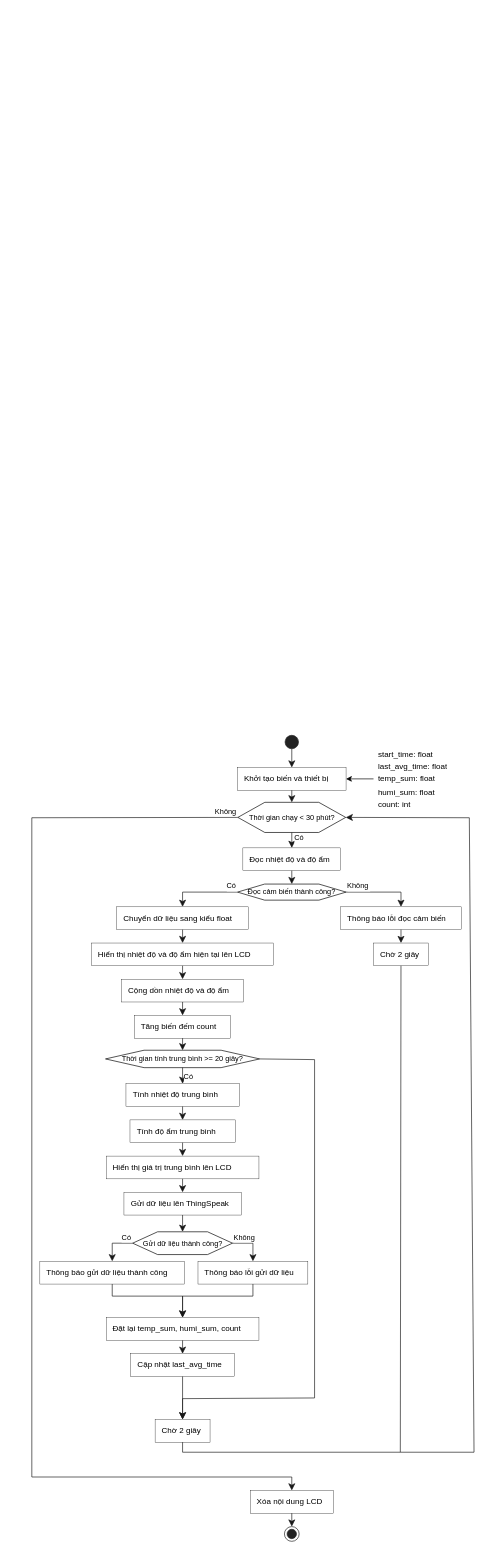
Earlier version of the draw.io diagram page "lab_3" (2 of 2) of flow-charts.drawio (tiesen243/422000433502-iot). Source tidied: cells renumbered, new cells numbered last; positions are measured from the earlier drawing's top-left corner, leaving out a move shared by most shapes. Both pictures are drawn from the tidied source at 67%, with x=0, y=0 at pixel (11, 11).
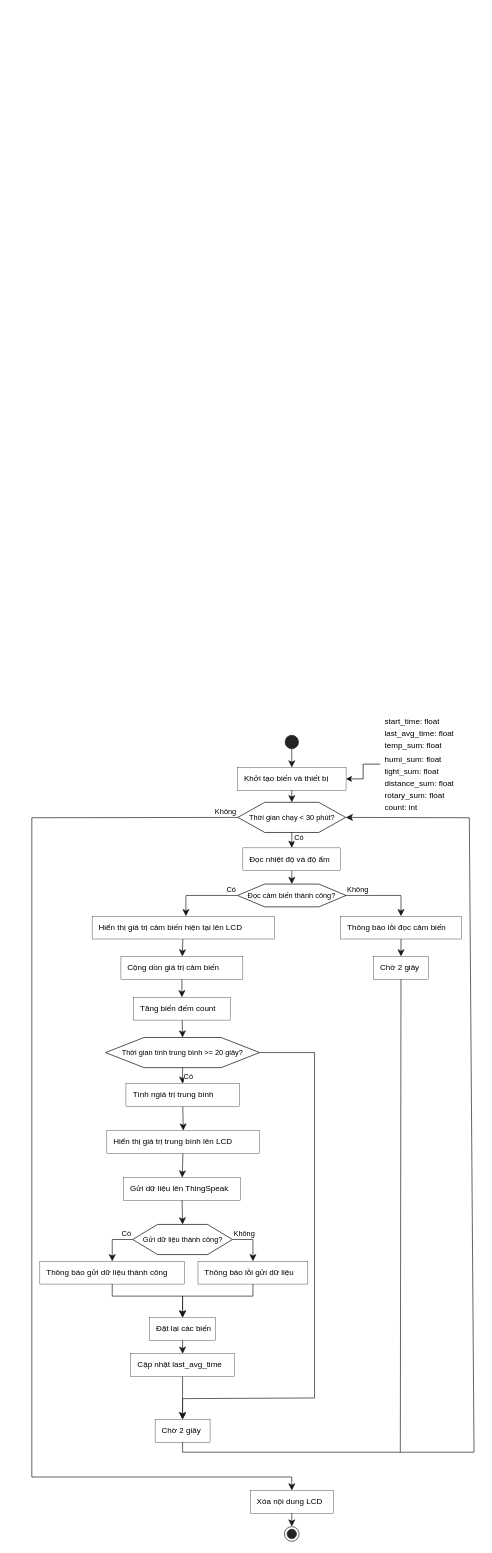
The same page after the edit.

Unchanged cells that the change refers to:
```xml
<mxCell id="2" style="group;transparentBounds=1;editIcon=1;lockedGroup=0;groupPadding=10;" parent="1" vertex="1">
  <mxGeometry as="geometry" />
</mxCell>
<mxCell id="4" value="Khởi tạo biến và thiết bị" style="rounded=0;absoluteArcSize=1;arcSize=25;fillColor=#FFFFFF;strokeColor=#000000;strokeWidth=0.5;whiteSpace=wrap;fontSize=12;align=left;spacingLeft=8;" parent="2" vertex="1">
  <mxGeometry x="337" y="1128" width="162" height="34" as="geometry" />
</mxCell>
<mxCell id="33" value="Thông báo gửi dữ liệu thành công" style="rounded=0;absoluteArcSize=1;arcSize=25;fillColor=#FFFFFF;strokeColor=#000000;strokeWidth=0.5;whiteSpace=wrap;fontSize=12;align=left;spacingLeft=8;" parent="2" vertex="1">
  <mxGeometry x="42" y="1865" width="216" height="34" as="geometry" />
</mxCell>
<mxCell id="35" value="Thông báo lỗi gửi dữ liệu" style="rounded=0;absoluteArcSize=1;arcSize=25;fillColor=#FFFFFF;strokeColor=#000000;strokeWidth=0.5;whiteSpace=wrap;fontSize=12;align=left;spacingLeft=8;" parent="2" vertex="1">
  <mxGeometry x="278" y="1865" width="164" height="34" as="geometry" />
</mxCell>
<mxCell id="43" value="Chờ 2 giây" style="rounded=0;absoluteArcSize=1;arcSize=25;fillColor=#FFFFFF;strokeColor=#000000;strokeWidth=0.5;whiteSpace=wrap;fontSize=12;align=left;spacingLeft=8;" parent="2" vertex="1">
  <mxGeometry x="214" y="2101" width="82" height="34" as="geometry" />
</mxCell>
```

What changed in the source:
```diff
@@
     <mxCell id="10" value="Đọc cảm biến thành công?" style="shape=hexagon;perimeter=hexagonPerimeter2;fillColor=#FFFFFF;strokeColor=#000000;whiteSpace=wrap;fontSize=11;" parent="2" vertex="1">
-      <mxGeometry x="337" y="1302" width="162" height="24" as="geometry" />
+      <mxGeometry x="337" y="1302" width="162" height="34" as="geometry" />
     </mxCell>
@@
-    <mxCell id="12" value="Có" style="endArrow=classic;endSize=8;strokeColor=#181818;fontSize=11;verticalAlign=bottom;labelPosition=left;align=right;exitX=0;exitY=0.5;exitDx=0;exitDy=0;curved=0;rounded=0;sourcePerimeterSpacing=0;targetPerimeterSpacing=0;" parent="2" edge="1" source="10" target="13">
+    <mxCell id="12" value="Có" style="endArrow=classic;endSize=8;strokeColor=#181818;fontSize=11;verticalAlign=bottom;labelPosition=left;align=right;exitX=0;exitY=0.5;exitDx=0;exitDy=0;curved=0;rounded=0;sourcePerimeterSpacing=0;targetPerimeterSpacing=0;" parent="2" edge="1" source="10">
       <mxGeometry x="-1" relative="1" as="geometry">
+        <mxPoint x="260" y="1350" as="targetPoint" />
         <Array as="points">
-          <mxPoint x="255" y="1314" />
+          <mxPoint x="260" y="1319" />
         </Array>
       </mxGeometry>
     </mxCell>
-    <mxCell id="13" value="Chuyển dữ liệu sang kiểu float" style="rounded=0;absoluteArcSize=1;arcSize=25;fillColor=#FFFFFF;strokeColor=#000000;strokeWidth=0.5;whiteSpace=wrap;fontSize=12;align=left;spacingLeft=8;" parent="2" vertex="1">
-      <mxGeometry x="156.5" y="1336" width="197" height="34" as="geometry" />
-    </mxCell>
-    <mxCell id="14" value="Hiển thị nhiệt độ và độ ẩm hiện tại lên LCD" style="rounded=0;absoluteArcSize=1;arcSize=25;fillColor=#FFFFFF;strokeColor=#000000;strokeWidth=0.5;whiteSpace=wrap;fontSize=12;align=left;spacingLeft=8;" parent="2" vertex="1">
-      <mxGeometry x="119" y="1390" width="272" height="34" as="geometry" />
+    <mxCell id="14" value="Hiển thị giá trị cảm biến hiện tại lên LCD" style="rounded=0;absoluteArcSize=1;arcSize=25;fillColor=#FFFFFF;strokeColor=#000000;strokeWidth=0.5;whiteSpace=wrap;fontSize=12;align=left;spacingLeft=8;" parent="2" vertex="1">
+      <mxGeometry x="120" y="1350" width="272" height="34" as="geometry" />
     </mxCell>
-    <mxCell id="15" style="endArrow=classic;endSize=8;strokeColor=#181818;curved=0;rounded=0;fontSize=11;sourcePerimeterSpacing=0;targetPerimeterSpacing=0;" parent="2" edge="1" source="13" target="14">
-      <mxGeometry relative="1" as="geometry" />
-    </mxCell>
-    <mxCell id="16" value="Cộng dồn nhiệt độ và độ ẩm" style="rounded=0;absoluteArcSize=1;arcSize=25;fillColor=#FFFFFF;strokeColor=#000000;strokeWidth=0.5;whiteSpace=wrap;fontSize=12;align=left;spacingLeft=8;" parent="2" vertex="1">
-      <mxGeometry x="164" y="1444" width="182" height="34" as="geometry" />
+    <mxCell id="16" value="Cộng dồn giá trị cảm biến" style="rounded=0;absoluteArcSize=1;arcSize=25;fillColor=#FFFFFF;strokeColor=#000000;strokeWidth=0.5;whiteSpace=wrap;fontSize=12;align=left;spacingLeft=8;" parent="2" vertex="1">
+      <mxGeometry x="163" y="1410" width="182" height="34" as="geometry" />
     </mxCell>
@@
     <mxCell id="18" value="Tăng biến đếm count" style="rounded=0;absoluteArcSize=1;arcSize=25;fillColor=#FFFFFF;strokeColor=#000000;strokeWidth=0.5;whiteSpace=wrap;fontSize=12;align=left;spacingLeft=8;" parent="2" vertex="1">
-      <mxGeometry x="183" y="1498" width="144" height="34" as="geometry" />
+      <mxGeometry x="182" y="1471" width="144" height="34" as="geometry" />
     </mxCell>
@@
     <mxCell id="20" value="Thời gian tính trung bình &gt;= 20 giây?" style="shape=hexagon;perimeter=hexagonPerimeter2;fillColor=#FFFFFF;strokeColor=#000000;whiteSpace=wrap;fontSize=11;" parent="2" vertex="1">
-      <mxGeometry x="140" y="1550" width="230" height="26" as="geometry" />
+      <mxGeometry x="140" y="1531" width="230" height="45" as="geometry" />
     </mxCell>
@@
-    <mxCell id="23" value="Tính nhiệt độ trung bình" style="rounded=0;absoluteArcSize=1;arcSize=25;fillColor=#FFFFFF;strokeColor=#000000;strokeWidth=0.5;whiteSpace=wrap;fontSize=12;align=left;spacingLeft=8;" parent="2" vertex="1">
+    <mxCell id="23" value="Tính ngiá trị trung bình" style="rounded=0;absoluteArcSize=1;arcSize=25;fillColor=#FFFFFF;strokeColor=#000000;strokeWidth=0.5;whiteSpace=wrap;fontSize=12;align=left;spacingLeft=8;" parent="2" vertex="1">
       <mxGeometry x="170.5" y="1600" width="169" height="34" as="geometry" />
     </mxCell>
-    <mxCell id="24" value="Tính độ ẩm trung bình" style="rounded=0;absoluteArcSize=1;arcSize=25;fillColor=#FFFFFF;strokeColor=#000000;strokeWidth=0.5;whiteSpace=wrap;fontSize=12;align=left;spacingLeft=8;" parent="2" vertex="1">
-      <mxGeometry x="176.5" y="1654" width="157" height="34" as="geometry" />
-    </mxCell>
-    <mxCell id="25" style="endArrow=classic;endSize=8;strokeColor=#181818;curved=0;rounded=0;fontSize=11;sourcePerimeterSpacing=0;targetPerimeterSpacing=0;" parent="2" edge="1" source="23" target="24">
+    <mxCell id="25" style="endArrow=classic;endSize=8;strokeColor=#181818;curved=0;rounded=0;fontSize=11;sourcePerimeterSpacing=0;targetPerimeterSpacing=0;entryX=0.5;entryY=0;entryDx=0;entryDy=0;" parent="2" edge="1" source="23" target="26">
       <mxGeometry relative="1" as="geometry" />
     </mxCell>
     <mxCell id="26" value="Hiển thị giá trị trung bình lên LCD" style="rounded=0;absoluteArcSize=1;arcSize=25;fillColor=#FFFFFF;strokeColor=#000000;strokeWidth=0.5;whiteSpace=wrap;fontSize=12;align=left;spacingLeft=8;" parent="2" vertex="1">
-      <mxGeometry x="141" y="1708" width="228" height="34" as="geometry" />
+      <mxGeometry x="142" y="1670" width="228" height="34" as="geometry" />
     </mxCell>
-    <mxCell id="27" style="endArrow=classic;endSize=8;strokeColor=#181818;curved=0;rounded=0;fontSize=11;sourcePerimeterSpacing=0;targetPerimeterSpacing=0;" parent="2" edge="1" source="24" target="26">
-      <mxGeometry relative="1" as="geometry" />
-    </mxCell>
     <mxCell id="28" value="Gửi dữ liệu lên ThingSpeak" style="rounded=0;absoluteArcSize=1;arcSize=25;fillColor=#FFFFFF;strokeColor=#000000;strokeWidth=0.5;whiteSpace=wrap;fontSize=12;align=left;spacingLeft=8;" parent="2" vertex="1">
-      <mxGeometry x="167.5" y="1762" width="175" height="34" as="geometry" />
+      <mxGeometry x="166.5" y="1740" width="175" height="34" as="geometry" />
     </mxCell>
@@
     <mxCell id="30" value="Gửi dữ liệu thành công?" style="shape=hexagon;perimeter=hexagonPerimeter2;fillColor=#FFFFFF;strokeColor=#000000;whiteSpace=wrap;fontSize=11;" parent="2" vertex="1">
-      <mxGeometry x="180.5" y="1821" width="149" height="34" as="geometry" />
+      <mxGeometry x="180.5" y="1810" width="149" height="45" as="geometry" />
     </mxCell>
@@
     <mxCell id="32" value="Có" style="endArrow=classic;endSize=8;strokeColor=#181818;fontSize=11;verticalAlign=bottom;labelPosition=left;align=right;exitX=0;exitY=0.5;exitDx=0;exitDy=0;curved=0;rounded=0;sourcePerimeterSpacing=0;targetPerimeterSpacing=0;" parent="2" edge="1" source="30" target="33">
       <mxGeometry x="-1" relative="1" as="geometry">
         <Array as="points">
-          <mxPoint x="150" y="1838" />
+          <mxPoint x="150" y="1832.5" />
         </Array>
       </mxGeometry>
     </mxCell>
@@
     <mxCell id="34" value="Không" style="endArrow=classic;endSize=8;strokeColor=#181818;fontSize=11;verticalAlign=bottom;labelPosition=right;align=left;exitX=1;exitY=0.5;exitDx=0;exitDy=0;curved=0;rounded=0;sourcePerimeterSpacing=0;targetPerimeterSpacing=0;" parent="2" edge="1" source="30" target="35">
       <mxGeometry x="-1" relative="1" as="geometry">
         <Array as="points">
-          <mxPoint x="360" y="1838" />
+          <mxPoint x="360" y="1832.5" />
         </Array>
       </mxGeometry>
     </mxCell>
@@
-    <mxCell id="38" value="Đặt lại temp_sum, humi_sum, count" style="rounded=0;absoluteArcSize=1;arcSize=25;fillColor=#FFFFFF;strokeColor=#000000;strokeWidth=0.5;whiteSpace=wrap;fontSize=12;align=left;spacingLeft=8;" parent="2" vertex="1">
-      <mxGeometry x="141" y="1949" width="228" height="34" as="geometry" />
+    <mxCell id="38" value="Đặt lại các biến" style="rounded=0;absoluteArcSize=1;arcSize=25;fillColor=#FFFFFF;strokeColor=#000000;strokeWidth=0.5;whiteSpace=wrap;fontSize=12;align=left;spacingLeft=8;" parent="2" vertex="1">
+      <mxGeometry x="205.5" y="1949" width="99" height="34" as="geometry" />
     </mxCell>
@@
     <mxCell id="41" style="endArrow=classic;endSize=8;strokeColor=#181818;exitX=1;exitY=0.5;exitDx=0;exitDy=0;entryX=0.5;entryY=0;entryDx=0;entryDy=0;curved=0;rounded=0;fontSize=11;sourcePerimeterSpacing=0;targetPerimeterSpacing=0;" parent="2" edge="1" source="20" target="43">
-      <mxGeometry x="-0.05" relative="1" as="geometry">
+      <mxGeometry x="-0.04" relative="1" as="geometry">
         <Array as="points">
-          <mxPoint x="452" y="1564" />
+          <mxPoint x="452" y="1553.5" />
           <mxPoint x="452" y="2069" />
           <mxPoint x="255" y="2070" />
         </Array>
       </mxGeometry>
     </mxCell>
@@
     <mxCell id="44" value="Không" style="endArrow=classic;endSize=8;strokeColor=#181818;fontSize=11;verticalAlign=bottom;labelPosition=right;align=left;exitX=1;exitY=0.5;exitDx=0;exitDy=0;curved=0;rounded=0;sourcePerimeterSpacing=0;targetPerimeterSpacing=0;" parent="2" edge="1" source="10" target="45">
       <mxGeometry x="-1" relative="1" as="geometry">
         <Array as="points">
-          <mxPoint x="581" y="1314" />
+          <mxPoint x="581" y="1319" />
         </Array>
       </mxGeometry>
     </mxCell>
     <mxCell id="45" value="Thông báo lỗi đọc cảm biến" style="rounded=0;absoluteArcSize=1;arcSize=25;fillColor=#FFFFFF;strokeColor=#000000;strokeWidth=0.5;whiteSpace=wrap;fontSize=12;align=left;spacingLeft=8;" parent="2" vertex="1">
-      <mxGeometry x="491" y="1336" width="180" height="34" as="geometry" />
+      <mxGeometry x="491" y="1350" width="180" height="34" as="geometry" />
     </mxCell>
     <mxCell id="46" value="Chờ 2 giây" style="rounded=0;absoluteArcSize=1;arcSize=25;fillColor=#FFFFFF;strokeColor=#000000;strokeWidth=0.5;whiteSpace=wrap;fontSize=12;align=left;spacingLeft=8;" parent="2" vertex="1">
-      <mxGeometry x="540" y="1390" width="82" height="34" as="geometry" />
+      <mxGeometry x="540" y="1410" width="82" height="34" as="geometry" />
     </mxCell>
@@
-    <mxCell id="55" style="edgeStyle=orthogonalEdgeStyle;rounded=0;jettySize=auto;html=1;entryX=1;entryY=0.5;entryDx=0;entryDy=0;defaultLabelBackgroundColor=page;" parent="2" edge="1" source="56" target="4">
-      <mxGeometry relative="1" as="geometry" />
-    </mxCell>
-    <mxCell id="56" style="shape=table;tableRender=collapsed;startSize=0;childLayout=tableLayout;fontSize=11;fillColor=none;strokeColor=none;" parent="2" vertex="1">
-      <mxGeometry x="540" y="1099" width="131" height="92" as="geometry" />
+    <mxCell id="56" style="shape=table;tableRender=collapsed;startSize=0;childLayout=tableLayout;fontSize=11;fillColor=none;strokeColor=none;" parent="1" vertex="1">
+      <mxGeometry x="550" y="1050" width="131" height="146" as="geometry" />
     </mxCell>
@@
+    <mxCell id="67" style="shape=tableRow;horizontal=0;startSize=0;swimlaneHead=0;swimlaneBody=0;strokeColor=inherit;fillColor=none;fontSize=16;" parent="56" vertex="1">
+      <mxGeometry y="74" width="131" height="18" as="geometry" />
+    </mxCell>
+    <mxCell id="68" value="light_sum: float" style="shape=partialRectangle;html=1;whiteSpace=wrap;strokeColor=inherit;overflow=hidden;fillColor=none;fontSize=12;align=left;spacingLeft=5;" parent="67" vertex="1">
+      <mxGeometry width="131" height="18" as="geometry" />
+    </mxCell>
+    <mxCell id="69" style="shape=tableRow;horizontal=0;startSize=0;swimlaneHead=0;swimlaneBody=0;strokeColor=inherit;fillColor=none;fontSize=16;" parent="56" vertex="1">
+      <mxGeometry y="92" width="131" height="18" as="geometry" />
+    </mxCell>
+    <mxCell id="70" value="distance_sum: float" style="shape=partialRectangle;html=1;whiteSpace=wrap;strokeColor=inherit;overflow=hidden;fillColor=none;fontSize=12;align=left;spacingLeft=5;" parent="69" vertex="1">
+      <mxGeometry width="131" height="18" as="geometry" />
+    </mxCell>
+    <mxCell id="71" style="shape=tableRow;horizontal=0;startSize=0;swimlaneHead=0;swimlaneBody=0;strokeColor=inherit;fillColor=none;fontSize=16;" parent="56" vertex="1">
+      <mxGeometry y="110" width="131" height="18" as="geometry" />
+    </mxCell>
+    <mxCell id="72" value="rotary_sum: float" style="shape=partialRectangle;html=1;whiteSpace=wrap;strokeColor=inherit;overflow=hidden;fillColor=none;fontSize=12;align=left;spacingLeft=5;" parent="71" vertex="1">
+      <mxGeometry width="131" height="18" as="geometry" />
+    </mxCell>
     <mxCell id="65" style="shape=tableRow;horizontal=0;startSize=0;swimlaneHead=0;swimlaneBody=0;strokeColor=inherit;fillColor=none;fontSize=16;" parent="56" vertex="1">
-      <mxGeometry y="74" width="131" height="18" as="geometry" />
+      <mxGeometry y="128" width="131" height="18" as="geometry" />
     </mxCell>
@@
+    <mxCell id="55" style="edgeStyle=orthogonalEdgeStyle;rounded=0;jettySize=auto;html=1;entryX=1;entryY=0.5;entryDx=0;entryDy=0;defaultLabelBackgroundColor=page;" parent="1" edge="1" source="56" target="4">
+      <mxGeometry relative="1" as="geometry" />
+    </mxCell>
```
